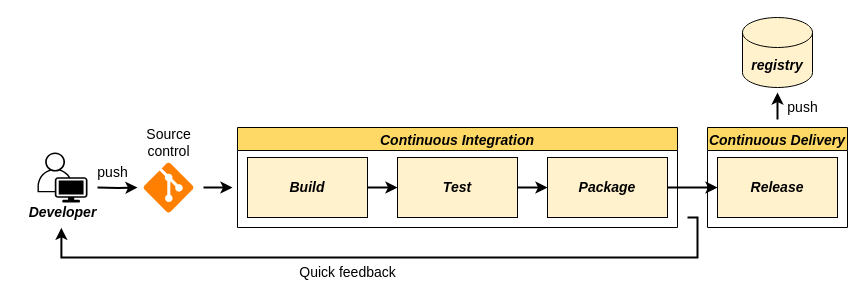
Above: page "Page-21" (21 of 21) of tesi-2.drawio in paganellif/tesi-paganelli (draw.io), before the change. Source tidied: cells renumbered, new cells numbered last; positions are measured from the earlier drawing's top-left corner, leaving out a move shared by most shapes. Both pictures are drawn from the tidied source at 100%, with x=0, y=0 at pixel (17, 17).
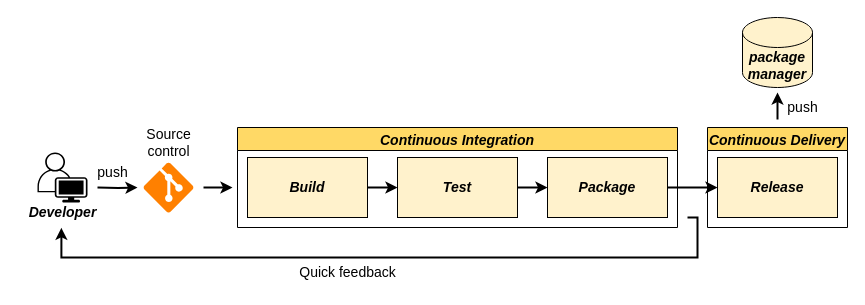
The same diagram, later.

Change to the diagram source:
```diff
@@
-    <mxCell id="21" value="&lt;b&gt;&lt;i&gt;registry&lt;/i&gt;&lt;/b&gt;" style="shape=cylinder3;whiteSpace=wrap;html=1;boundedLbl=1;backgroundOutline=1;size=15;fontSize=14;fillColor=#FFF2CC;" parent="1" vertex="1">
+    <mxCell id="21" value="&lt;b&gt;&lt;i&gt;package manager&lt;/i&gt;&lt;/b&gt;" style="shape=cylinder3;whiteSpace=wrap;html=1;boundedLbl=1;backgroundOutline=1;size=15;fontSize=14;fillColor=#FFF2CC;" parent="1" vertex="1">
       <mxGeometry x="725" width="70" height="70" as="geometry" />
     </mxCell>
```
